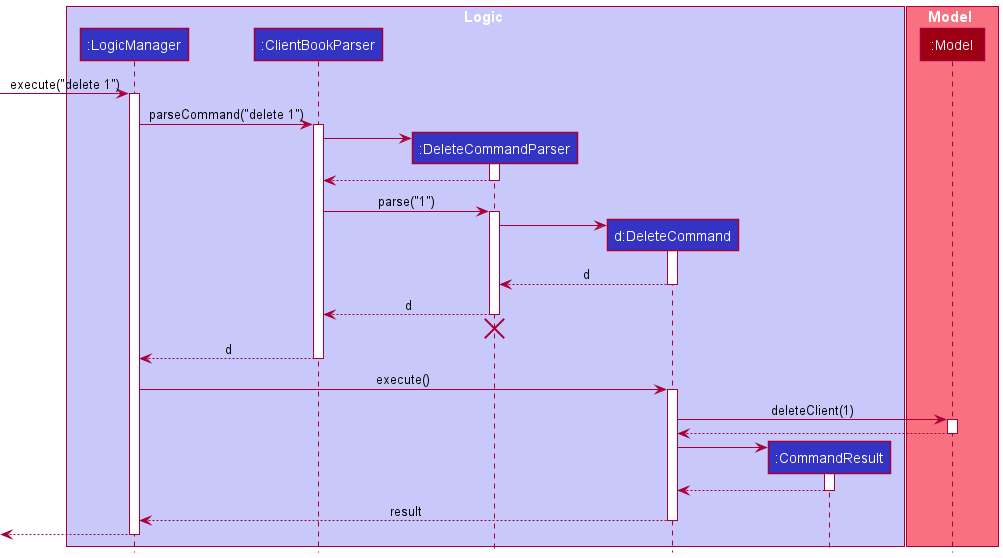
nus-cs2103-AY2021S2/tp keeps this PlantUML diagram as docs/images/DeleteSequenceDiagram.png. Above is the earlier version.
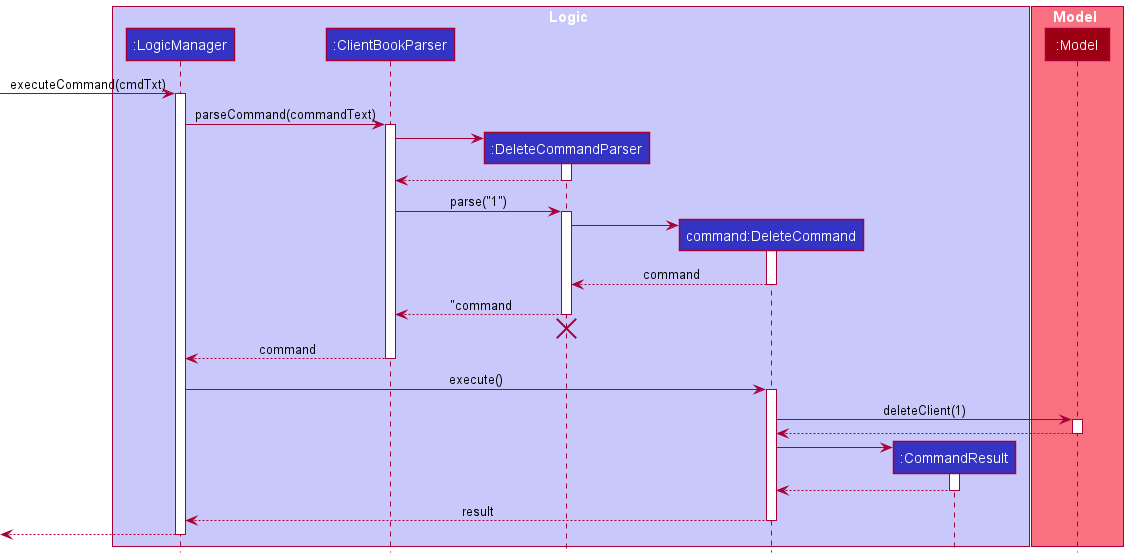
Later version of the same file.

What changed in the source:
```diff
@@ -5,7 +5,7 @@
 participant ":LogicManager" as LogicManager LOGIC_COLOR
 participant ":ClientBookParser" as ClientBookParser LOGIC_COLOR
 participant ":DeleteCommandParser" as DeleteCommandParser LOGIC_COLOR
-participant "d:DeleteCommand" as DeleteCommand LOGIC_COLOR
+participant "command:DeleteCommand" as DeleteCommand LOGIC_COLOR
 participant ":CommandResult" as CommandResult LOGIC_COLOR
 end box
 
@@ -13,10 +13,10 @@
 participant ":Model" as Model MODEL_COLOR
 end box
 
-[-> LogicManager : execute("delete 1")
+[-> LogicManager : executeCommand(cmdTxt)
 activate LogicManager
 
-LogicManager -> ClientBookParser : parseCommand("delete 1")
+LogicManager -> ClientBookParser : parseCommand(commandText)
 activate ClientBookParser
 
 create DeleteCommandParser
@@ -33,15 +33,15 @@
 DeleteCommandParser -> DeleteCommand
 activate DeleteCommand
 
-DeleteCommand --> DeleteCommandParser : d
+DeleteCommand --> DeleteCommandParser : command
 deactivate DeleteCommand
 
-DeleteCommandParser --> ClientBookParser : d
+DeleteCommandParser --> ClientBookParser : "command
 deactivate DeleteCommandParser
 DeleteCommandParser -[hidden]-> ClientBookParser
 destroy DeleteCommandParser
 
-ClientBookParser --> LogicManager : d
+ClientBookParser --> LogicManager : command
 deactivate ClientBookParser
 
 LogicManager -> DeleteCommand : execute()
```
